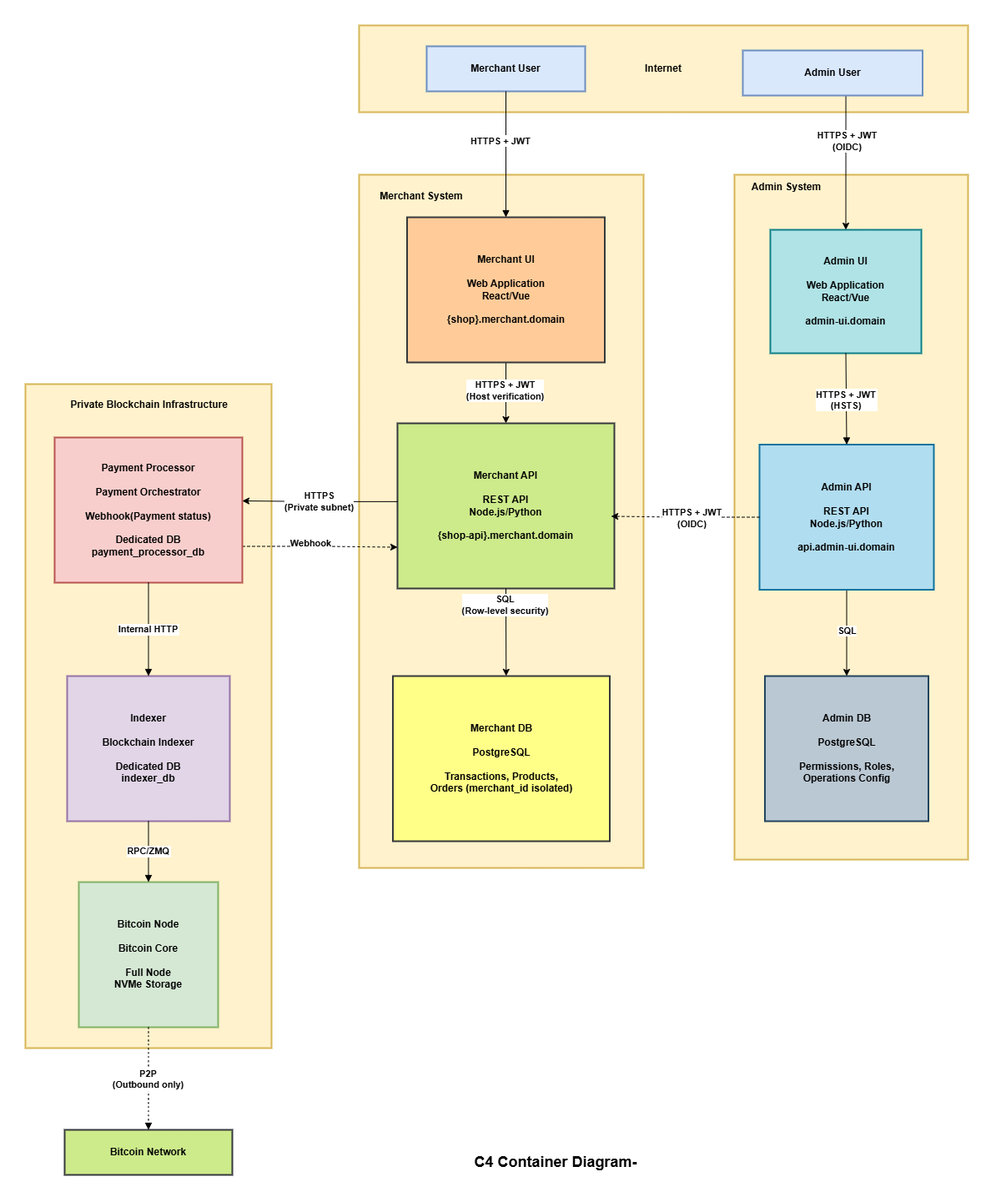
Before: docs/C4 Container Diagram.png, a diagram exported from draw.io (NaimKhan/CodeLab_InfraSRE_Engineer_Final_Test). Source tidied: cells renumbered, new cells last; positions are measured from the earlier drawing's top-left corner, leaving out a move shared by most shapes.
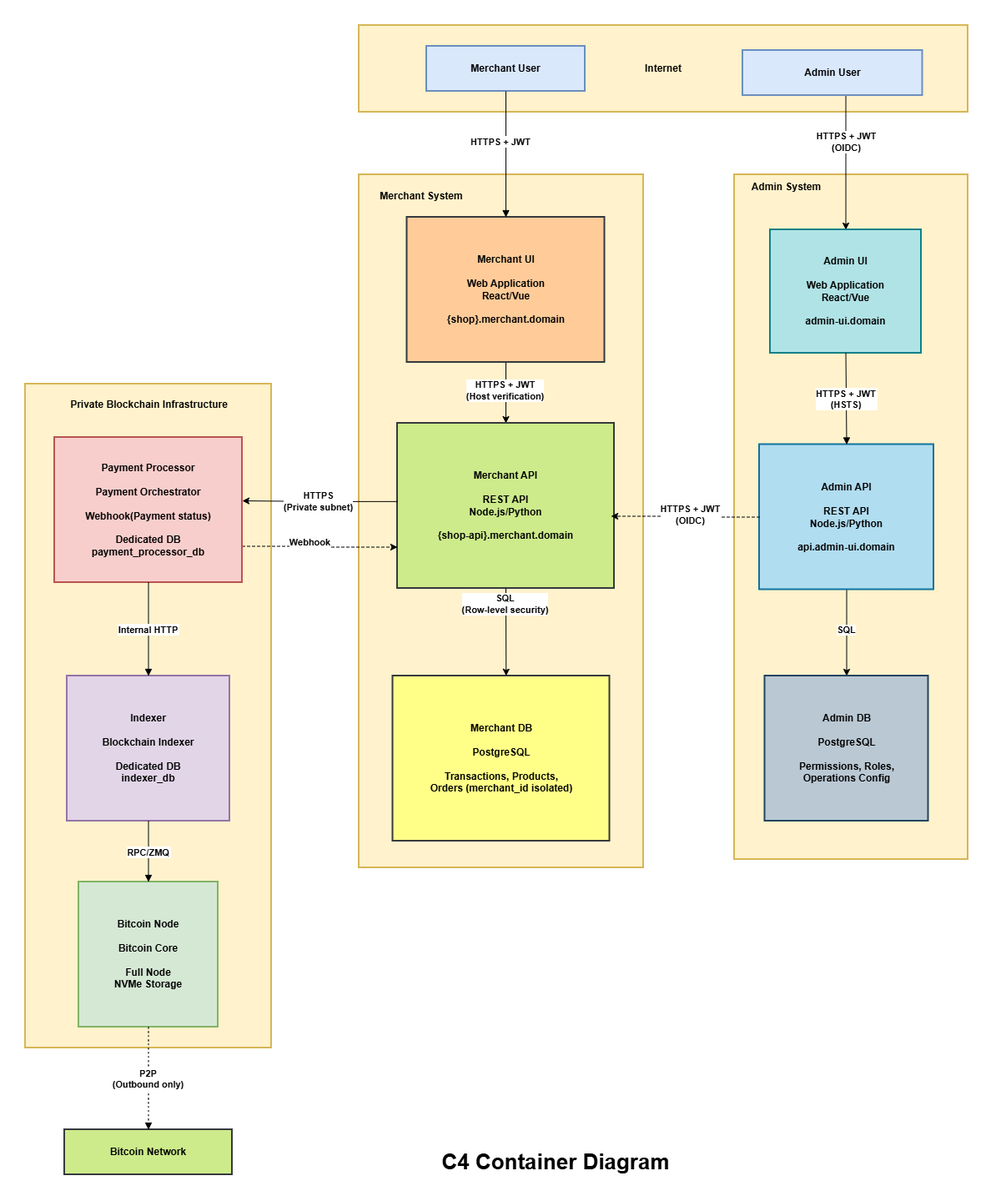
The same file after the commit.

Commit message:
Improve diagram -v2

Diff of the diagram source:
```diff
@@ -144,7 +144,7 @@
     <mxCell id="41" style="rounded=0;whiteSpace=wrap;html=1;fillColor=none;strokeColor=none;" parent="1" vertex="1">
       <mxGeometry width="1200" height="1440" as="geometry" />
     </mxCell>
-    <mxCell id="42" value="&lt;b&gt;&lt;font style=&quot;font-size: 18px;&quot;&gt;C4 Container Diagram-&lt;/font&gt;&lt;/b&gt;" style="text;html=1;whiteSpace=wrap;strokeColor=none;fillColor=none;align=center;verticalAlign=middle;rounded=0;" parent="1" vertex="1">
+    <mxCell id="42" value="&lt;b&gt;&lt;font style=&quot;font-size: 26px;&quot;&gt;C4 Container Diagram&lt;/font&gt;&lt;/b&gt;" style="text;html=1;whiteSpace=wrap;strokeColor=none;fillColor=none;align=center;verticalAlign=middle;rounded=0;" parent="1" vertex="1">
       <mxGeometry x="511" y="1378" width="310" height="30" as="geometry" />
     </mxCell>
   </root>
```
